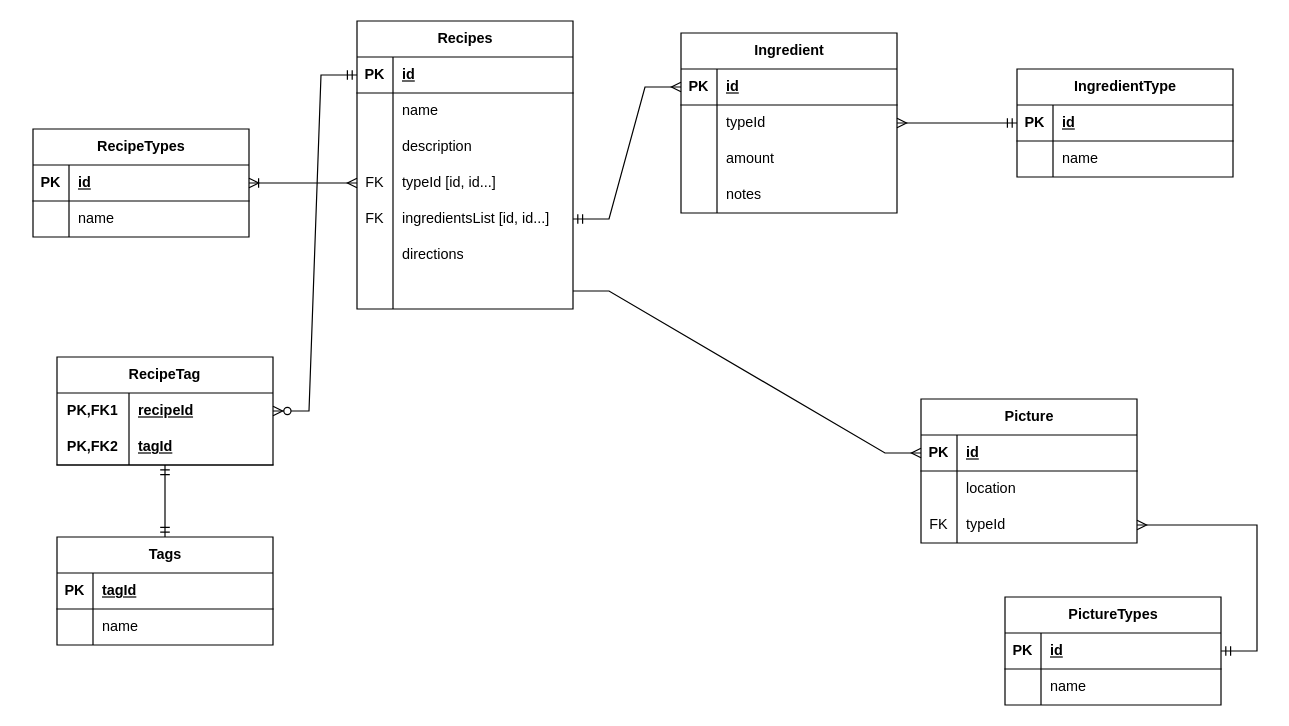
Souptember/recipe-api keeps this draw.io diagram as Recipe Database.drawio. Above is the earlier version. Source tidied: cells renumbered, new cells numbered last; positions are measured from the earlier drawing's top-left corner, leaving out a move shared by most shapes. Both pictures are drawn from the tidied source at 120%, with x=0, y=0 at pixel (32, 20).
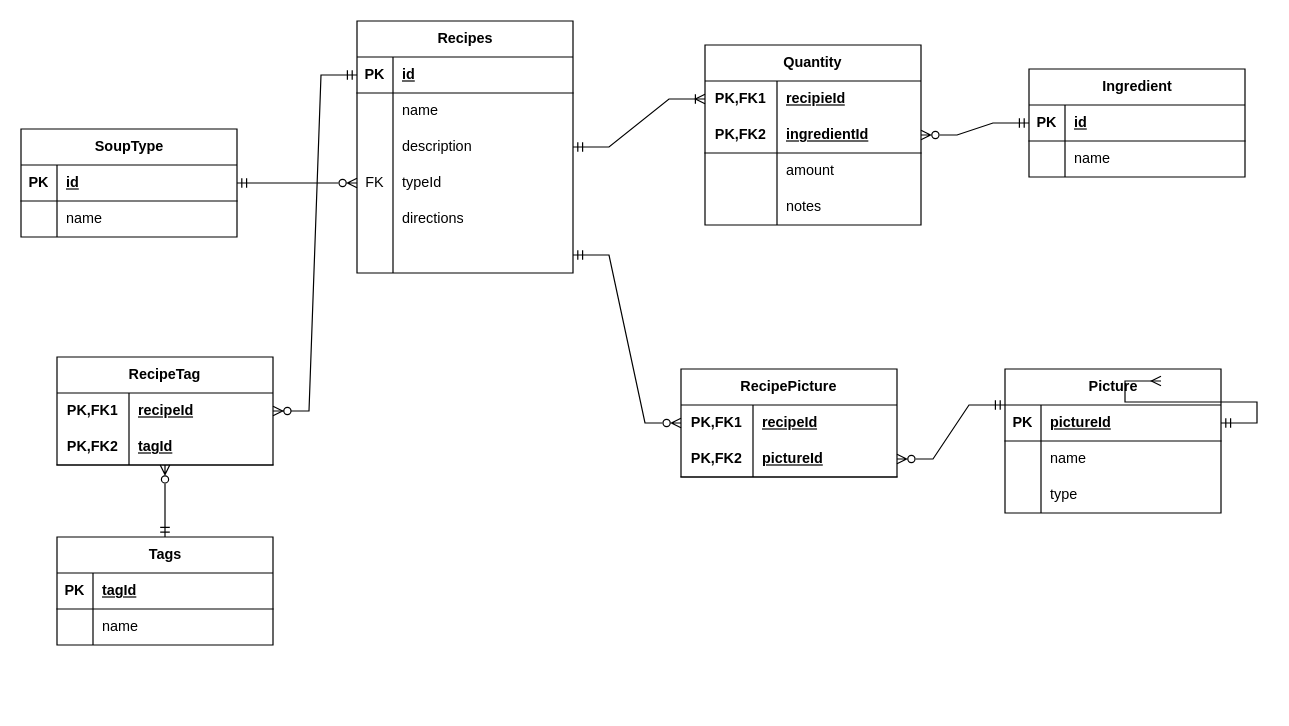
After the change.

The change refers to these unchanged cells:
```xml
<mxCell id="9" style="shape=tableRow;horizontal=0;startSize=0;swimlaneHead=0;swimlaneBody=0;fillColor=none;points=[[0,0.5],[1,0.5]];portConstraint=eastwest;top=0;left=0;right=0;bottom=0;" parent="2" vertex="1">
  <mxGeometry y="90" width="180" height="30" as="geometry" />
</mxCell>
<mxCell id="12" style="shape=tableRow;horizontal=0;startSize=0;swimlaneHead=0;swimlaneBody=0;fillColor=none;points=[[0,0.5],[1,0.5]];portConstraint=eastwest;top=0;left=0;right=0;bottom=0;" parent="2" vertex="1">
  <mxGeometry y="120" width="180" height="30" as="geometry" />
</mxCell>
<mxCell id="38" style="shape=tableRow;horizontal=0;startSize=0;swimlaneHead=0;swimlaneBody=0;fillColor=none;points=[[0,0.5],[1,0.5]];portConstraint=eastwest;top=0;left=0;right=0;bottom=1;" parent="37" vertex="1">
  <mxGeometry y="30" width="180" height="30" as="geometry" />
</mxCell>
<mxCell id="57" style="shape=tableRow;horizontal=0;startSize=0;swimlaneHead=0;swimlaneBody=0;fillColor=none;points=[[0,0.5],[1,0.5]];portConstraint=eastwest;top=0;left=0;right=0;bottom=1;" parent="56" vertex="1">
  <mxGeometry y="30" width="180" height="30" as="geometry" />
</mxCell>
<mxCell id="66" style="shape=tableRow;horizontal=0;startSize=0;swimlaneHead=0;swimlaneBody=0;fillColor=none;points=[[0,0.5],[1,0.5]];portConstraint=eastwest;top=0;left=0;right=0;bottom=1;" parent="65" vertex="1">
  <mxGeometry y="30" width="180" height="30" as="geometry" />
</mxCell>
<mxCell id="73" value="Tags" style="shape=table;startSize=30;childLayout=tableLayout;rowLines=0;fontStyle=1;align=center;html=1;" parent="1" vertex="1">
  <mxGeometry x="20" y="430" width="180" height="90" as="geometry" />
</mxCell>
<mxCell id="84" style="shape=tableRow;horizontal=0;startSize=0;swimlaneHead=0;swimlaneBody=0;fillColor=none;points=[[0,0.5],[1,0.5]];portConstraint=eastwest;top=0;left=0;right=0;bottom=1;html=1;" parent="80" vertex="1">
  <mxGeometry y="60" width="180" height="30" as="geometry" />
</mxCell>
```

Change to the diagram source:
```diff
@@
     <mxCell id="2" value="&lt;div&gt;Recipes&lt;/div&gt;" style="shape=table;startSize=30;childLayout=tableLayout;rowLines=0;fontStyle=1;align=center;html=1;" parent="1" vertex="1">
-      <mxGeometry x="270" width="180" height="240" as="geometry" />
+      <mxGeometry x="270" width="180" height="210" as="geometry" />
     </mxCell>
@@
-    <mxCell id="14" value="typeId [id, id...]" style="shape=partialRectangle;fillColor=none;top=0;left=0;bottom=0;right=0;align=left;spacingLeft=6;overflow=hidden;whiteSpace=wrap;html=1;" parent="12" vertex="1">
+    <mxCell id="14" value="typeId" style="shape=partialRectangle;fillColor=none;top=0;left=0;bottom=0;right=0;align=left;spacingLeft=6;overflow=hidden;whiteSpace=wrap;html=1;" parent="12" vertex="1">
       <mxGeometry x="30" width="150" height="30" as="geometry" />
     </mxCell>
-    <mxCell id="15" style="shape=tableRow;horizontal=0;startSize=0;swimlaneHead=0;swimlaneBody=0;fillColor=none;points=[[0,0.5],[1,0.5]];portConstraint=eastwest;top=0;left=0;right=0;bottom=0;" parent="2" vertex="1">
-      <mxGeometry y="150" width="180" height="30" as="geometry" />
-    </mxCell>
-    <mxCell id="16" value="FK" style="shape=partialRectangle;fillColor=none;top=0;left=0;bottom=0;right=0;overflow=hidden;whiteSpace=wrap;html=1;" parent="15" vertex="1">
-      <mxGeometry width="30" height="30" as="geometry" />
-    </mxCell>
-    <mxCell id="17" value="ingredientsList [id, id...]" style="shape=partialRectangle;fillColor=none;top=0;left=0;bottom=0;right=0;align=left;spacingLeft=6;overflow=hidden;whiteSpace=wrap;html=1;" parent="15" vertex="1">
-      <mxGeometry x="30" width="150" height="30" as="geometry" />
-    </mxCell>
     <mxCell id="18" style="shape=tableRow;horizontal=0;startSize=0;swimlaneHead=0;swimlaneBody=0;fillColor=none;top=0;left=0;right=0;bottom=0;" parent="2" vertex="1">
-      <mxGeometry y="180" width="180" height="30" as="geometry" />
+      <mxGeometry y="150" width="180" height="30" as="geometry" />
     </mxCell>
@@
     <mxCell id="21" style="shape=tableRow;horizontal=0;startSize=0;swimlaneHead=0;swimlaneBody=0;fillColor=none;points=[[0,0.5],[1,0.5]];portConstraint=eastwest;top=0;left=0;right=0;bottom=0;" parent="2" vertex="1">
-      <mxGeometry y="210" width="180" height="30" as="geometry" />
+      <mxGeometry y="180" width="180" height="30" as="geometry" />
     </mxCell>
@@
-    <mxCell id="24" value="Ingredient" style="shape=table;startSize=30;childLayout=tableLayout;rowLines=0;fontStyle=1;align=center;html=1;" parent="1" vertex="1">
-      <mxGeometry x="540" y="10" width="180" height="150" as="geometry" />
-    </mxCell>
-    <mxCell id="25" style="shape=tableRow;horizontal=0;startSize=0;swimlaneHead=0;swimlaneBody=0;fillColor=none;points=[[0,0.5],[1,0.5]];portConstraint=eastwest;top=0;left=0;right=0;bottom=1;" parent="24" vertex="1">
-      <mxGeometry y="30" width="180" height="30" as="geometry" />
-    </mxCell>
-    <mxCell id="26" value="PK" style="shape=partialRectangle;fillColor=none;top=0;left=0;bottom=0;right=0;fontStyle=1;overflow=hidden;whiteSpace=wrap;html=1;" parent="25" vertex="1">
-      <mxGeometry width="30" height="30" as="geometry" />
-    </mxCell>
-    <mxCell id="27" value="id" style="shape=partialRectangle;fillColor=none;top=0;left=0;bottom=0;right=0;align=left;spacingLeft=6;fontStyle=5;overflow=hidden;whiteSpace=wrap;html=1;" parent="25" vertex="1">
-      <mxGeometry x="30" width="150" height="30" as="geometry" />
-    </mxCell>
-    <mxCell id="28" style="shape=tableRow;horizontal=0;startSize=0;swimlaneHead=0;swimlaneBody=0;fillColor=none;points=[[0,0.5],[1,0.5]];portConstraint=eastwest;top=0;left=0;right=0;bottom=0;" parent="24" vertex="1">
-      <mxGeometry y="60" width="180" height="30" as="geometry" />
-    </mxCell>
-    <mxCell id="29" style="shape=partialRectangle;fillColor=none;top=0;left=0;bottom=0;right=0;overflow=hidden;whiteSpace=wrap;html=1;" parent="28" vertex="1">
-      <mxGeometry width="30" height="30" as="geometry" />
-    </mxCell>
-    <mxCell id="30" value="typeId" style="shape=partialRectangle;fillColor=none;top=0;left=0;bottom=0;right=0;align=left;spacingLeft=6;overflow=hidden;whiteSpace=wrap;html=1;" parent="28" vertex="1">
-      <mxGeometry x="30" width="150" height="30" as="geometry" />
-    </mxCell>
-    <mxCell id="31" style="shape=tableRow;horizontal=0;startSize=0;swimlaneHead=0;swimlaneBody=0;fillColor=none;top=0;left=0;right=0;bottom=0;" parent="24" vertex="1">
-      <mxGeometry y="90" width="180" height="30" as="geometry" />
-    </mxCell>
-    <mxCell id="32" style="shape=partialRectangle;fillColor=none;top=0;left=0;bottom=0;right=0;overflow=hidden;whiteSpace=wrap;html=1;" parent="31" vertex="1">
-      <mxGeometry width="30" height="30" as="geometry" />
-    </mxCell>
-    <mxCell id="33" value="amount" style="shape=partialRectangle;fillColor=none;top=0;left=0;bottom=0;right=0;align=left;spacingLeft=6;overflow=hidden;whiteSpace=wrap;html=1;" parent="31" vertex="1">
-      <mxGeometry x="30" width="150" height="30" as="geometry" />
-    </mxCell>
-    <mxCell id="34" style="shape=tableRow;horizontal=0;startSize=0;swimlaneHead=0;swimlaneBody=0;fillColor=none;top=0;left=0;right=0;bottom=0;" parent="24" vertex="1">
-      <mxGeometry y="120" width="180" height="30" as="geometry" />
-    </mxCell>
-    <mxCell id="35" style="shape=partialRectangle;fillColor=none;top=0;left=0;bottom=0;right=0;overflow=hidden;whiteSpace=wrap;html=1;" parent="34" vertex="1">
-      <mxGeometry width="30" height="30" as="geometry" />
-    </mxCell>
-    <mxCell id="36" value="notes" style="shape=partialRectangle;fillColor=none;top=0;left=0;bottom=0;right=0;align=left;spacingLeft=6;overflow=hidden;whiteSpace=wrap;html=1;" parent="34" vertex="1">
-      <mxGeometry x="30" width="150" height="30" as="geometry" />
-    </mxCell>
-    <mxCell id="37" value="RecipeTypes" style="shape=table;startSize=30;childLayout=tableLayout;rowLines=0;fontStyle=1;align=center;html=1;" parent="1" vertex="1">
-      <mxGeometry y="90" width="180" height="90" as="geometry" />
+    <mxCell id="37" value="SoupType" style="shape=table;startSize=30;childLayout=tableLayout;rowLines=0;fontStyle=1;align=center;html=1;" parent="1" vertex="1">
+      <mxGeometry x="-10" y="90" width="180" height="90" as="geometry" />
     </mxCell>
@@
-    <mxCell id="44" style="edgeStyle=entityRelationEdgeStyle;fontSize=12;html=1;endArrow=ERmany;rounded=0;startArrow=ERoneToMany;startFill=0;" parent="1" edge="1" source="38" target="12">
+    <mxCell id="44" style="edgeStyle=entityRelationEdgeStyle;fontSize=12;html=1;endArrow=ERzeroToMany;rounded=0;startArrow=ERmandOne;startFill=0;endFill=0;" parent="1" edge="1" source="38" target="12">
       <mxGeometry relative="1" as="geometry" />
     </mxCell>
-    <mxCell id="45" style="edgeStyle=entityRelationEdgeStyle;fontSize=12;html=1;endArrow=ERmany;startArrow=ERmandOne;rounded=0;exitX=1;exitY=0.5;exitDx=0;exitDy=0;endFill=0;" parent="1" edge="1" source="15" target="25">
-      <mxGeometry relative="1" as="geometry" />
-    </mxCell>
-    <mxCell id="46" value="Picture" style="shape=table;startSize=30;childLayout=tableLayout;rowLines=0;fontStyle=1;align=center;html=1;" parent="1" vertex="1">
-      <mxGeometry x="740" y="315" width="180" height="120" as="geometry" />
-    </mxCell>
-    <mxCell id="47" style="shape=tableRow;horizontal=0;startSize=0;swimlaneHead=0;swimlaneBody=0;fillColor=none;points=[[0,0.5],[1,0.5]];portConstraint=eastwest;top=0;left=0;right=0;bottom=1;" parent="46" vertex="1">
-      <mxGeometry y="30" width="180" height="30" as="geometry" />
-    </mxCell>
-    <mxCell id="48" value="PK" style="shape=partialRectangle;fillColor=none;top=0;left=0;bottom=0;right=0;fontStyle=1;overflow=hidden;whiteSpace=wrap;html=1;" parent="47" vertex="1">
-      <mxGeometry width="30" height="30" as="geometry" />
-    </mxCell>
-    <mxCell id="49" value="id" style="shape=partialRectangle;fillColor=none;top=0;left=0;bottom=0;right=0;align=left;spacingLeft=6;fontStyle=5;overflow=hidden;whiteSpace=wrap;html=1;" parent="47" vertex="1">
-      <mxGeometry x="30" width="150" height="30" as="geometry" />
-    </mxCell>
-    <mxCell id="50" style="shape=tableRow;horizontal=0;startSize=0;swimlaneHead=0;swimlaneBody=0;fillColor=none;top=0;left=0;right=0;bottom=0;" parent="46" vertex="1">
-      <mxGeometry y="60" width="180" height="30" as="geometry" />
-    </mxCell>
-    <mxCell id="51" style="shape=partialRectangle;fillColor=none;top=0;left=0;bottom=0;right=0;overflow=hidden;whiteSpace=wrap;html=1;" parent="50" vertex="1">
-      <mxGeometry width="30" height="30" as="geometry" />
-    </mxCell>
-    <mxCell id="52" value="location" style="shape=partialRectangle;fillColor=none;top=0;left=0;bottom=0;right=0;align=left;spacingLeft=6;overflow=hidden;whiteSpace=wrap;html=1;" parent="50" vertex="1">
-      <mxGeometry x="30" width="150" height="30" as="geometry" />
-    </mxCell>
-    <mxCell id="53" style="shape=tableRow;horizontal=0;startSize=0;swimlaneHead=0;swimlaneBody=0;fillColor=none;points=[[0,0.5],[1,0.5]];portConstraint=eastwest;top=0;left=0;right=0;bottom=0;" parent="46" vertex="1">
-      <mxGeometry y="90" width="180" height="30" as="geometry" />
-    </mxCell>
-    <mxCell id="54" value="FK" style="shape=partialRectangle;fillColor=none;top=0;left=0;bottom=0;right=0;overflow=hidden;whiteSpace=wrap;html=1;" parent="53" vertex="1">
-      <mxGeometry width="30" height="30" as="geometry" />
-    </mxCell>
-    <mxCell id="55" value="typeId" style="shape=partialRectangle;fillColor=none;top=0;left=0;bottom=0;right=0;align=left;spacingLeft=6;overflow=hidden;whiteSpace=wrap;html=1;" parent="53" vertex="1">
-      <mxGeometry x="30" width="150" height="30" as="geometry" />
-    </mxCell>
-    <mxCell id="56" value="PictureTypes" style="shape=table;startSize=30;childLayout=tableLayout;rowLines=0;fontStyle=1;align=center;html=1;" parent="1" vertex="1">
-      <mxGeometry x="810" y="480" width="180" height="90" as="geometry" />
+    <mxCell id="56" value="Picture" style="shape=table;startSize=30;childLayout=tableLayout;rowLines=0;fontStyle=1;align=center;html=1;" parent="1" vertex="1">
+      <mxGeometry x="810" y="290" width="180" height="120" as="geometry" />
     </mxCell>
@@
-    <mxCell id="59" value="id" style="shape=partialRectangle;fillColor=none;top=0;left=0;bottom=0;right=0;align=left;spacingLeft=6;fontStyle=5;overflow=hidden;whiteSpace=wrap;html=1;" parent="57" vertex="1">
+    <mxCell id="59" value="pictureId" style="shape=partialRectangle;fillColor=none;top=0;left=0;bottom=0;right=0;align=left;spacingLeft=6;fontStyle=5;overflow=hidden;whiteSpace=wrap;html=1;" parent="57" vertex="1">
       <mxGeometry x="30" width="150" height="30" as="geometry" />
     </mxCell>
@@
+    <mxCell id="89" style="shape=tableRow;horizontal=0;startSize=0;swimlaneHead=0;swimlaneBody=0;fillColor=none;top=0;left=0;right=0;bottom=0;" parent="56" vertex="1">
+      <mxGeometry y="90" width="180" height="30" as="geometry" />
+    </mxCell>
+    <mxCell id="90" style="shape=partialRectangle;fillColor=none;top=0;left=0;bottom=0;right=0;overflow=hidden;whiteSpace=wrap;html=1;" parent="89" vertex="1">
+      <mxGeometry width="30" height="30" as="geometry" />
+    </mxCell>
+    <mxCell id="91" value="type" style="shape=partialRectangle;fillColor=none;top=0;left=0;bottom=0;right=0;align=left;spacingLeft=6;overflow=hidden;whiteSpace=wrap;html=1;" parent="89" vertex="1">
+      <mxGeometry x="30" width="150" height="30" as="geometry" />
+    </mxCell>
-    <mxCell id="63" style="edgeStyle=entityRelationEdgeStyle;fontSize=12;html=1;endArrow=ERmany;rounded=0;startArrow=ERmandOne;startFill=0;" parent="1" edge="1" source="57" target="53">
-      <mxGeometry relative="1" as="geometry" />
+    <mxCell id="63" style="edgeStyle=entityRelationEdgeStyle;fontSize=12;html=1;endArrow=ERmany;rounded=0;startArrow=ERmandOne;startFill=0;entryX=1;entryY=0.5;entryDx=0;entryDy=0;" parent="1" edge="1" source="57">
+      <mxGeometry relative="1" as="geometry">
+        <mxPoint x="940" y="300" as="targetPoint" />
+      </mxGeometry>
     </mxCell>
-    <mxCell id="64" style="edgeStyle=entityRelationEdgeStyle;fontSize=12;html=1;endArrow=ERmany;rounded=0;exitX=1;exitY=0.5;exitDx=0;exitDy=0;entryX=0;entryY=0.5;entryDx=0;entryDy=0;" parent="1" edge="1" source="21" target="47">
+    <mxCell id="64" style="edgeStyle=entityRelationEdgeStyle;fontSize=12;html=1;endArrow=ERzeroToMany;rounded=0;exitX=1;exitY=0.5;exitDx=0;exitDy=0;entryX=0;entryY=0.5;entryDx=0;entryDy=0;startArrow=ERmandOne;startFill=0;endFill=0;" parent="1" edge="1" source="21" target="93">
       <mxGeometry relative="1" as="geometry" />
     </mxCell>
-    <mxCell id="65" value="IngredientType" style="shape=table;startSize=30;childLayout=tableLayout;rowLines=0;fontStyle=1;align=center;html=1;" parent="1" vertex="1">
-      <mxGeometry x="820" y="40" width="180" height="90" as="geometry" />
+    <mxCell id="65" value="Ingredient" style="shape=table;startSize=30;childLayout=tableLayout;rowLines=0;fontStyle=1;align=center;html=1;" parent="1" vertex="1">
+      <mxGeometry x="830" y="40" width="180" height="90" as="geometry" />
     </mxCell>
@@
-    <mxCell id="72" style="edgeStyle=entityRelationEdgeStyle;fontSize=12;html=1;endArrow=ERmandOne;endFill=0;rounded=0;exitX=1;exitY=0.5;exitDx=0;exitDy=0;entryX=0;entryY=0.5;entryDx=0;entryDy=0;startArrow=ERmany;startFill=0;" parent="1" edge="1" source="28" target="66">
+    <mxCell id="72" style="edgeStyle=entityRelationEdgeStyle;fontSize=12;html=1;endArrow=ERmandOne;endFill=0;rounded=0;exitX=1;exitY=0.5;exitDx=0;exitDy=0;entryX=0;entryY=0.5;entryDx=0;entryDy=0;startArrow=ERzeroToMany;startFill=0;" parent="1" edge="1" source="104" target="66">
       <mxGeometry relative="1" as="geometry" />
     </mxCell>
@@
-    <mxCell id="87" style="fontSize=12;html=1;endArrow=ERmandOne;startArrow=ERmandOne;rounded=0;exitX=0.5;exitY=0;exitDx=0;exitDy=0;entryX=0.5;entryY=1;entryDx=0;entryDy=0;entryPerimeter=0;" parent="1" edge="1" source="73" target="84">
+    <mxCell id="87" style="fontSize=12;html=1;endArrow=ERzeroToMany;startArrow=ERmandOne;rounded=0;exitX=0.5;exitY=0;exitDx=0;exitDy=0;entryX=0.5;entryY=1;entryDx=0;entryDy=0;entryPerimeter=0;endFill=0;" parent="1" edge="1" source="73" target="84">
       <mxGeometry relative="1" as="geometry" />
     </mxCell>
@@
+    <mxCell id="92" value="RecipePicture" style="shape=table;startSize=30;childLayout=tableLayout;rowLines=0;fontStyle=1;align=center;html=1;whiteSpace=wrap;" parent="1" vertex="1">
+      <mxGeometry x="540" y="290" width="180" height="90" as="geometry" />
+    </mxCell>
+    <mxCell id="93" style="shape=tableRow;horizontal=0;startSize=0;swimlaneHead=0;swimlaneBody=0;fillColor=none;points=[[0,0.5],[1,0.5]];portConstraint=eastwest;top=0;left=0;right=0;bottom=0;html=1;" parent="92" vertex="1">
+      <mxGeometry y="30" width="180" height="30" as="geometry" />
+    </mxCell>
+    <mxCell id="94" value="PK,FK1" style="shape=partialRectangle;fillColor=none;top=0;left=0;bottom=0;right=0;fontStyle=1;overflow=hidden;html=1;whiteSpace=wrap;" parent="93" vertex="1">
+      <mxGeometry width="60" height="30" as="geometry" />
+    </mxCell>
+    <mxCell id="95" value="recipeId" style="shape=partialRectangle;fillColor=none;top=0;left=0;bottom=0;right=0;align=left;spacingLeft=6;fontStyle=5;overflow=hidden;html=1;whiteSpace=wrap;" parent="93" vertex="1">
+      <mxGeometry x="60" width="120" height="30" as="geometry" />
+    </mxCell>
+    <mxCell id="96" style="shape=tableRow;horizontal=0;startSize=0;swimlaneHead=0;swimlaneBody=0;fillColor=none;points=[[0,0.5],[1,0.5]];portConstraint=eastwest;top=0;left=0;right=0;bottom=1;html=1;" parent="92" vertex="1">
+      <mxGeometry y="60" width="180" height="30" as="geometry" />
+    </mxCell>
+    <mxCell id="97" value="PK,FK2" style="shape=partialRectangle;fillColor=none;top=0;left=0;bottom=0;right=0;fontStyle=1;overflow=hidden;html=1;whiteSpace=wrap;" parent="96" vertex="1">
+      <mxGeometry width="60" height="30" as="geometry" />
+    </mxCell>
+    <mxCell id="98" value="pictureId" style="shape=partialRectangle;fillColor=none;top=0;left=0;bottom=0;right=0;align=left;spacingLeft=6;fontStyle=5;overflow=hidden;html=1;whiteSpace=wrap;" parent="96" vertex="1">
+      <mxGeometry x="60" width="120" height="30" as="geometry" />
+    </mxCell>
+    <mxCell id="99" style="edgeStyle=entityRelationEdgeStyle;fontSize=12;html=1;endArrow=ERzeroToMany;startArrow=ERmandOne;rounded=0;exitX=0;exitY=0.25;exitDx=0;exitDy=0;entryX=1;entryY=0.5;entryDx=0;entryDy=0;startFill=0;endFill=0;" parent="1" edge="1" source="56" target="96">
+      <mxGeometry relative="1" as="geometry" />
+    </mxCell>
+    <mxCell id="100" value="Quantity" style="shape=table;startSize=30;childLayout=tableLayout;rowLines=0;fontStyle=1;align=center;html=1;whiteSpace=wrap;" parent="1" vertex="1">
+      <mxGeometry x="560" y="20" width="180" height="150" as="geometry" />
+    </mxCell>
+    <mxCell id="101" style="shape=tableRow;horizontal=0;startSize=0;swimlaneHead=0;swimlaneBody=0;fillColor=none;points=[[0,0.5],[1,0.5]];portConstraint=eastwest;top=0;left=0;right=0;bottom=0;html=1;" parent="100" vertex="1">
+      <mxGeometry y="30" width="180" height="30" as="geometry" />
+    </mxCell>
+    <mxCell id="102" value="PK,FK1" style="shape=partialRectangle;fillColor=none;top=0;left=0;bottom=0;right=0;fontStyle=1;overflow=hidden;html=1;whiteSpace=wrap;" parent="101" vertex="1">
+      <mxGeometry width="60" height="30" as="geometry" />
+    </mxCell>
+    <mxCell id="103" value="recipieId" style="shape=partialRectangle;fillColor=none;top=0;left=0;bottom=0;right=0;align=left;spacingLeft=6;fontStyle=5;overflow=hidden;html=1;whiteSpace=wrap;" parent="101" vertex="1">
+      <mxGeometry x="60" width="120" height="30" as="geometry" />
+    </mxCell>
+    <mxCell id="104" style="shape=tableRow;horizontal=0;startSize=0;swimlaneHead=0;swimlaneBody=0;fillColor=none;points=[[0,0.5],[1,0.5]];portConstraint=eastwest;top=0;left=0;right=0;bottom=1;html=1;" parent="100" vertex="1">
+      <mxGeometry y="60" width="180" height="30" as="geometry" />
+    </mxCell>
+    <mxCell id="105" value="PK,FK2" style="shape=partialRectangle;fillColor=none;top=0;left=0;bottom=0;right=0;fontStyle=1;overflow=hidden;html=1;whiteSpace=wrap;" parent="104" vertex="1">
+      <mxGeometry width="60" height="30" as="geometry" />
+    </mxCell>
+    <mxCell id="106" value="ingredientId" style="shape=partialRectangle;fillColor=none;top=0;left=0;bottom=0;right=0;align=left;spacingLeft=6;fontStyle=5;overflow=hidden;html=1;whiteSpace=wrap;" parent="104" vertex="1">
+      <mxGeometry x="60" width="120" height="30" as="geometry" />
+    </mxCell>
+    <mxCell id="107" style="shape=tableRow;horizontal=0;startSize=0;swimlaneHead=0;swimlaneBody=0;fillColor=none;top=0;left=0;right=0;bottom=0;html=1;" parent="100" vertex="1">
+      <mxGeometry y="90" width="180" height="30" as="geometry" />
+    </mxCell>
+    <mxCell id="108" style="shape=partialRectangle;fillColor=none;top=0;left=0;bottom=0;right=0;overflow=hidden;html=1;whiteSpace=wrap;" parent="107" vertex="1">
+      <mxGeometry width="60" height="30" as="geometry" />
+    </mxCell>
+    <mxCell id="33" value="amount" style="shape=partialRectangle;fillColor=none;top=0;left=0;bottom=0;right=0;align=left;spacingLeft=6;overflow=hidden;html=1;whiteSpace=wrap;" parent="107" vertex="1">
+      <mxGeometry x="60" width="120" height="30" as="geometry" />
+    </mxCell>
+    <mxCell id="109" style="shape=tableRow;horizontal=0;startSize=0;swimlaneHead=0;swimlaneBody=0;fillColor=none;top=0;left=0;right=0;bottom=0;html=1;" parent="100" vertex="1">
+      <mxGeometry y="120" width="180" height="30" as="geometry" />
+    </mxCell>
+    <mxCell id="110" style="shape=partialRectangle;fillColor=none;top=0;left=0;bottom=0;right=0;overflow=hidden;html=1;whiteSpace=wrap;" parent="109" vertex="1">
+      <mxGeometry width="60" height="30" as="geometry" />
+    </mxCell>
+    <mxCell id="36" value="notes" style="shape=partialRectangle;fillColor=none;top=0;left=0;bottom=0;right=0;align=left;spacingLeft=6;overflow=hidden;html=1;whiteSpace=wrap;" parent="109" vertex="1">
+      <mxGeometry x="60" width="120" height="30" as="geometry" />
+    </mxCell>
+    <mxCell id="111" style="edgeStyle=entityRelationEdgeStyle;fontSize=12;html=1;endArrow=ERoneToMany;startArrow=ERmandOne;rounded=0;exitX=1;exitY=0.5;exitDx=0;exitDy=0;entryX=0;entryY=0.5;entryDx=0;entryDy=0;endFill=0;" parent="1" edge="1" source="9" target="101">
+      <mxGeometry relative="1" as="geometry" />
+    </mxCell>
```
